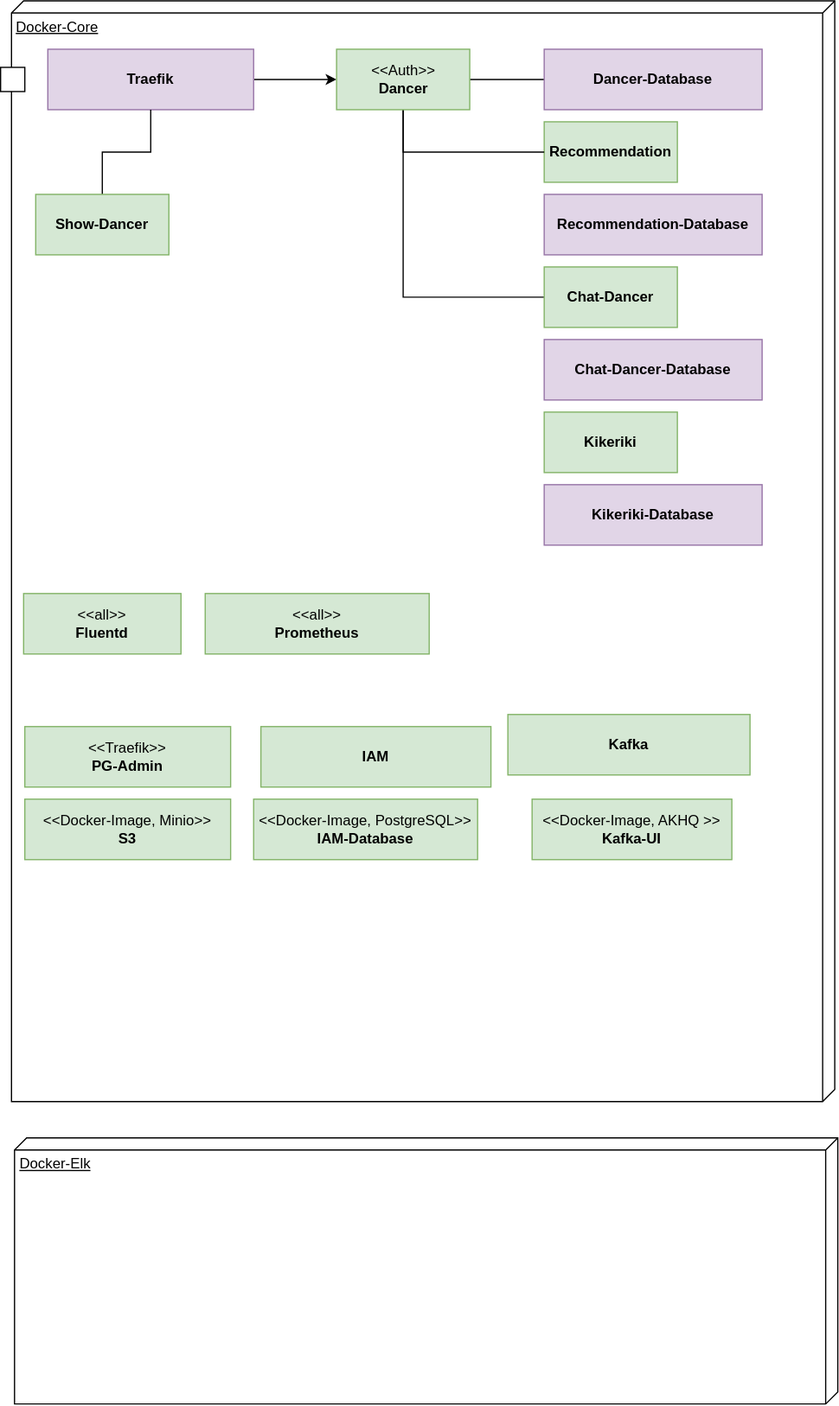
This is src/main/jbake/content/documentation/arc42/images/deployment.drawio.svg from dancier/documentation, a draw.io export, as it was before one commit. Source tidied: cells renumbered, new cells last; positions are measured from the earlier drawing's top-left corner, leaving out a move shared by most shapes.
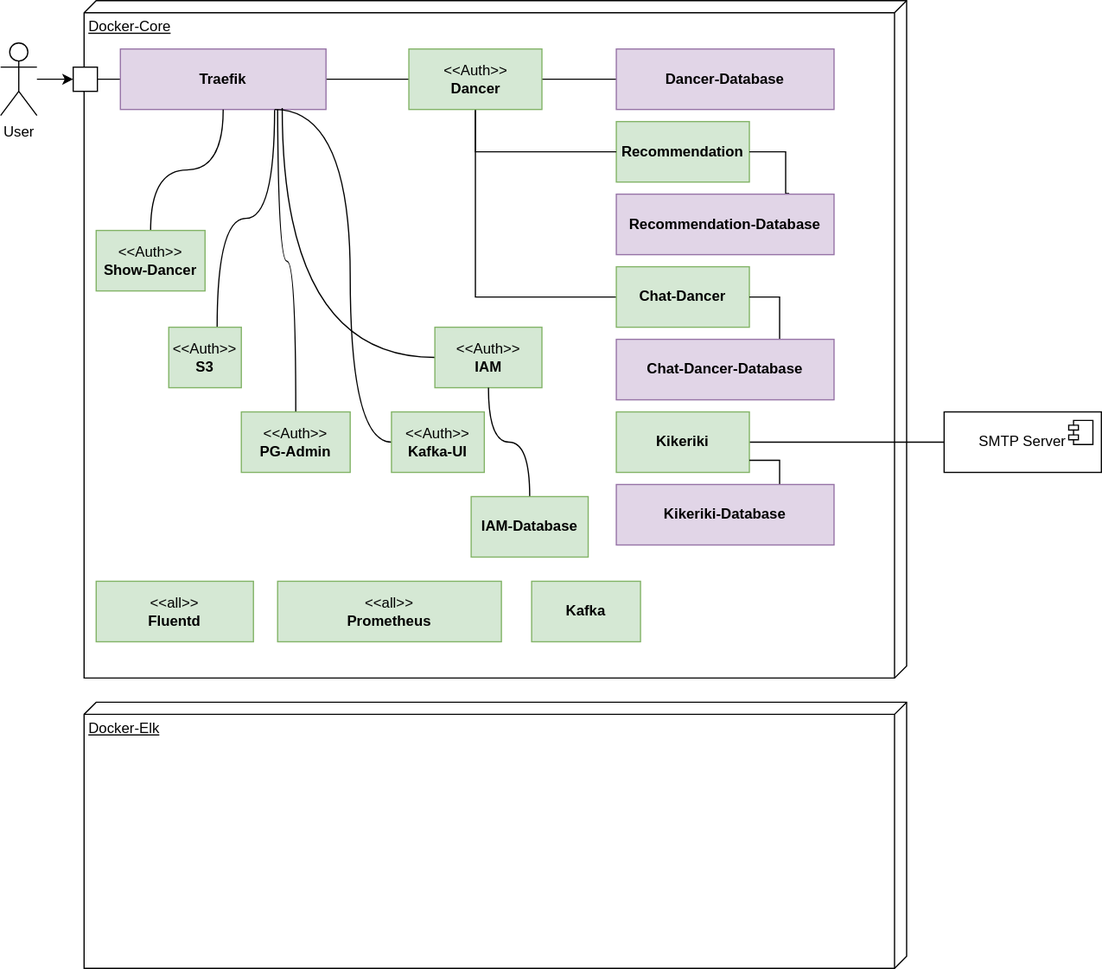
After the change.

Diff of the diagram source:
```diff
@@ -3,44 +3,85 @@
     <mxCell id="0" />
     <mxCell id="1" parent="0" />
     <mxCell id="2" value="Docker-Core" style="verticalAlign=top;align=left;spacingTop=8;spacingLeft=2;spacingRight=12;shape=cube;size=10;direction=south;fontStyle=4;html=1;whiteSpace=wrap;" parent="1" vertex="1">
-      <mxGeometry x="9" width="680" height="910" as="geometry" />
+      <mxGeometry x="9" width="680" height="560" as="geometry" />
     </mxCell>
+    <mxCell id="28" style="edgeStyle=orthogonalEdgeStyle;jettySize=auto;html=1;entryX=0.75;entryY=1;entryDx=0;entryDy=0;curved=1;endArrow=none;endFill=0;" parent="1" edge="1" source="3" target="5">
+      <mxGeometry relative="1" as="geometry">
+        <Array as="points">
+          <mxPoint x="119" y="180" />
+          <mxPoint x="167" y="180" />
+        </Array>
+      </mxGeometry>
+    </mxCell>
-    <mxCell id="3" value="&amp;lt;&amp;lt;Docker-Image, Minio&amp;gt;&amp;gt;&lt;br&gt;&lt;b&gt;S3&lt;/b&gt;" style="html=1;whiteSpace=wrap;fillColor=#d5e8d4;strokeColor=#82b366;" parent="1" vertex="1">
-      <mxGeometry x="20" y="660" width="170" height="50" as="geometry" />
+    <mxCell id="3" value="&amp;lt;&amp;lt;Auth&amp;gt;&amp;gt;&lt;br&gt;&lt;b&gt;S3&lt;/b&gt;" style="html=1;whiteSpace=wrap;fillColor=#d5e8d4;strokeColor=#82b366;" parent="1" vertex="1">
+      <mxGeometry x="79" y="270" width="60" height="50" as="geometry" />
     </mxCell>
-    <mxCell id="4" style="edgeStyle=orthogonalEdgeStyle;rounded=0;jettySize=auto;html=1;entryX=0;entryY=0.5;entryDx=0;entryDy=0;" parent="1" edge="1" source="5" target="20">
+    <mxCell id="4" style="edgeStyle=orthogonalEdgeStyle;rounded=0;jettySize=auto;html=1;entryX=0;entryY=0.5;entryDx=0;entryDy=0;endArrow=none;endFill=0;" parent="1" edge="1" source="5" target="20">
       <mxGeometry relative="1" as="geometry" />
     </mxCell>
+    <mxCell id="29" style="edgeStyle=orthogonalEdgeStyle;rounded=0;jettySize=auto;html=1;entryX=1;entryY=0.5;entryDx=0;entryDy=0;endArrow=none;endFill=0;" parent="1" edge="1" source="5" target="27">
+      <mxGeometry relative="1" as="geometry" />
+    </mxCell>
     <mxCell id="5" value="&lt;b&gt;Traefik&lt;/b&gt;" style="html=1;whiteSpace=wrap;fillColor=#e1d5e7;strokeColor=#9673a6;" parent="1" vertex="1">
       <mxGeometry x="39" y="40" width="170" height="50" as="geometry" />
     </mxCell>
     <mxCell id="6" value="&amp;lt;&amp;lt;all&amp;gt;&amp;gt;&lt;br&gt;&lt;b&gt;Fluentd&lt;/b&gt;" style="html=1;whiteSpace=wrap;fillColor=#d5e8d4;strokeColor=#82b366;" parent="1" vertex="1">
-      <mxGeometry x="19" y="490" width="130" height="50" as="geometry" />
+      <mxGeometry x="19" y="480" width="130" height="50" as="geometry" />
     </mxCell>
     <mxCell id="7" value="&amp;lt;&amp;lt;all&amp;gt;&amp;gt;&lt;br&gt;&lt;b&gt;Prometheus&lt;/b&gt;" style="html=1;whiteSpace=wrap;fillColor=#d5e8d4;strokeColor=#82b366;" parent="1" vertex="1">
-      <mxGeometry x="169" y="490" width="185" height="50" as="geometry" />
+      <mxGeometry x="169" y="480" width="185" height="50" as="geometry" />
     </mxCell>
     <mxCell id="8" value="&lt;b&gt;Recommendation&lt;/b&gt;" style="html=1;whiteSpace=wrap;fillColor=#d5e8d4;strokeColor=#82b366;" parent="1" vertex="1">
       <mxGeometry x="449" y="100" width="110" height="50" as="geometry" />
     </mxCell>
+    <mxCell id="30" style="edgeStyle=orthogonalEdgeStyle;rounded=0;jettySize=auto;html=1;entryX=1;entryY=0.5;entryDx=0;entryDy=0;exitX=0.794;exitY=-0.01;exitDx=0;exitDy=0;exitPerimeter=0;endArrow=none;endFill=0;" parent="1" edge="1" source="9" target="8">
+      <mxGeometry relative="1" as="geometry">
+        <Array as="points">
+          <mxPoint x="589" y="160" />
+          <mxPoint x="589" y="125" />
+        </Array>
+      </mxGeometry>
+    </mxCell>
     <mxCell id="9" value="&lt;b&gt;Recommendation-Database&lt;/b&gt;" style="html=1;whiteSpace=wrap;fillColor=#e1d5e7;strokeColor=#9673a6;" parent="1" vertex="1">
       <mxGeometry x="449" y="160" width="180" height="50" as="geometry" />
     </mxCell>
+    <mxCell id="31" style="edgeStyle=orthogonalEdgeStyle;jettySize=auto;html=1;entryX=0.787;entryY=0.977;entryDx=0;entryDy=0;entryPerimeter=0;curved=1;endArrow=none;endFill=0;" parent="1" edge="1" source="10" target="5">
+      <mxGeometry relative="1" as="geometry" />
+    </mxCell>
-    <mxCell id="10" value="&lt;b&gt;IAM&lt;/b&gt;" style="html=1;whiteSpace=wrap;fillColor=#d5e8d4;strokeColor=#82b366;" parent="1" vertex="1">
-      <mxGeometry x="215" y="600" width="190" height="50" as="geometry" />
+    <mxCell id="10" value="&amp;lt;&amp;lt;Auth&amp;gt;&amp;gt;&lt;br&gt;&lt;b&gt;IAM&lt;/b&gt;" style="html=1;whiteSpace=wrap;fillColor=#d5e8d4;strokeColor=#82b366;" parent="1" vertex="1">
+      <mxGeometry x="299" y="270" width="88.5" height="50" as="geometry" />
     </mxCell>
+    <mxCell id="32" style="edgeStyle=orthogonalEdgeStyle;jettySize=auto;html=1;curved=1;endArrow=none;endFill=0;" parent="1" edge="1" source="11">
+      <mxGeometry relative="1" as="geometry">
+        <mxPoint x="169" y="90" as="targetPoint" />
+      </mxGeometry>
+    </mxCell>
-    <mxCell id="11" value="&amp;lt;&amp;lt;Traefik&amp;gt;&amp;gt;&lt;br&gt;&lt;b&gt;PG-Admin&lt;/b&gt;" style="html=1;whiteSpace=wrap;fillColor=#d5e8d4;strokeColor=#82b366;" parent="1" vertex="1">
-      <mxGeometry x="20" y="600" width="170" height="50" as="geometry" />
+    <mxCell id="11" value="&amp;lt;&amp;lt;Auth&amp;gt;&amp;gt;&lt;br&gt;&lt;b&gt;PG-Admin&lt;/b&gt;" style="html=1;whiteSpace=wrap;fillColor=#d5e8d4;strokeColor=#82b366;" parent="1" vertex="1">
+      <mxGeometry x="139" y="340" width="90" height="50" as="geometry" />
     </mxCell>
     <mxCell id="12" value="&lt;b&gt;Kafka&lt;/b&gt;" style="html=1;whiteSpace=wrap;fillColor=#d5e8d4;strokeColor=#82b366;" parent="1" vertex="1">
-      <mxGeometry x="419" y="590" width="200" height="50" as="geometry" />
+      <mxGeometry x="379" y="480" width="90" height="50" as="geometry" />
     </mxCell>
+    <mxCell id="33" style="edgeStyle=orthogonalEdgeStyle;jettySize=auto;html=1;entryX=0.75;entryY=1;entryDx=0;entryDy=0;curved=1;endArrow=none;endFill=0;" parent="1" edge="1" source="13" target="5">
+      <mxGeometry relative="1" as="geometry">
+        <Array as="points">
+          <mxPoint x="229" y="365" />
+          <mxPoint x="229" y="90" />
+        </Array>
+      </mxGeometry>
+    </mxCell>
-    <mxCell id="13" value="&amp;lt;&amp;lt;Docker-Image, AKHQ &amp;gt;&amp;gt;&lt;br&gt;&lt;b&gt;Kafka-UI&lt;/b&gt;" style="html=1;whiteSpace=wrap;fillColor=#d5e8d4;strokeColor=#82b366;" parent="1" vertex="1">
-      <mxGeometry x="439" y="660" width="165" height="50" as="geometry" />
+    <mxCell id="13" value="&amp;lt;&amp;lt;Auth&amp;gt;&amp;gt;&lt;br&gt;&lt;b&gt;Kafka-UI&lt;/b&gt;" style="html=1;whiteSpace=wrap;fillColor=#d5e8d4;strokeColor=#82b366;" parent="1" vertex="1">
+      <mxGeometry x="263.1" y="340" width="76.8" height="50" as="geometry" />
     </mxCell>
+    <mxCell id="34" style="edgeStyle=orthogonalEdgeStyle;jettySize=auto;html=1;endArrow=none;endFill=0;curved=1;" parent="1" edge="1" source="14" target="10">
+      <mxGeometry relative="1" as="geometry" />
+    </mxCell>
-    <mxCell id="14" value="&amp;lt;&amp;lt;Docker-Image, PostgreSQL&amp;gt;&amp;gt;&lt;br&gt;&lt;b&gt;IAM-Database&lt;/b&gt;" style="html=1;whiteSpace=wrap;fillColor=#d5e8d4;strokeColor=#82b366;" parent="1" vertex="1">
-      <mxGeometry x="209" y="660" width="185" height="50" as="geometry" />
+    <mxCell id="14" value="&lt;b&gt;IAM-Database&lt;/b&gt;" style="html=1;whiteSpace=wrap;fillColor=#d5e8d4;strokeColor=#82b366;" parent="1" vertex="1">
+      <mxGeometry x="329" y="410" width="96.8" height="50" as="geometry" />
     </mxCell>
+    <mxCell id="35" style="edgeStyle=orthogonalEdgeStyle;rounded=0;jettySize=auto;html=1;endArrow=none;endFill=0;entryX=0;entryY=0.5;entryDx=0;entryDy=0;" parent="1" edge="1" source="15" target="40">
+      <mxGeometry relative="1" as="geometry" />
+    </mxCell>
     <mxCell id="15" value="&lt;b&gt;Kikeriki&lt;/b&gt;" style="html=1;whiteSpace=wrap;fillColor=#d5e8d4;strokeColor=#82b366;" parent="1" vertex="1">
       <mxGeometry x="449" y="340" width="110" height="50" as="geometry" />
     </mxCell>
@@ -63,26 +104,52 @@
     <mxCell id="20" value="&amp;lt;&amp;lt;Auth&amp;gt;&amp;gt;&lt;br&gt;&lt;b&gt;Dancer&lt;/b&gt;" style="html=1;whiteSpace=wrap;fillColor=#d5e8d4;strokeColor=#82b366;" parent="1" vertex="1">
       <mxGeometry x="277.5" y="40" width="110" height="50" as="geometry" />
     </mxCell>
-    <mxCell id="21" style="edgeStyle=orthogonalEdgeStyle;rounded=0;jettySize=auto;html=1;endArrow=none;endFill=0;" parent="1" edge="1" source="22" target="5">
+    <mxCell id="21" style="edgeStyle=orthogonalEdgeStyle;jettySize=auto;html=1;endArrow=none;endFill=0;curved=1;" parent="1" edge="1" source="22" target="5">
       <mxGeometry relative="1" as="geometry" />
     </mxCell>
-    <mxCell id="22" value="&lt;b&gt;Show-Dancer&lt;/b&gt;" style="html=1;whiteSpace=wrap;fillColor=#d5e8d4;strokeColor=#82b366;" parent="1" vertex="1">
-      <mxGeometry x="29" y="160" width="110" height="50" as="geometry" />
+    <mxCell id="22" value="&amp;lt;&amp;lt;Auth&amp;gt;&amp;gt;&lt;br&gt;&lt;b&gt;Show-Dancer&lt;/b&gt;" style="html=1;whiteSpace=wrap;fillColor=#d5e8d4;strokeColor=#82b366;" parent="1" vertex="1">
+      <mxGeometry x="19" y="190" width="90" height="50" as="geometry" />
     </mxCell>
     <mxCell id="23" value="&lt;b&gt;Dancer-Database&lt;/b&gt;" style="html=1;whiteSpace=wrap;fillColor=#e1d5e7;strokeColor=#9673a6;" parent="1" vertex="1">
       <mxGeometry x="449" y="40" width="180" height="50" as="geometry" />
     </mxCell>
+    <mxCell id="36" style="edgeStyle=orthogonalEdgeStyle;rounded=0;jettySize=auto;html=1;exitX=0.75;exitY=0;exitDx=0;exitDy=0;endArrow=none;endFill=0;" parent="1" edge="1" source="24">
+      <mxGeometry relative="1" as="geometry">
+        <mxPoint x="559" y="380" as="targetPoint" />
+        <Array as="points">
+          <mxPoint x="584" y="380" />
+          <mxPoint x="560" y="380" />
+        </Array>
+      </mxGeometry>
+    </mxCell>
     <mxCell id="24" value="&lt;b&gt;Kikeriki-Database&lt;/b&gt;" style="html=1;whiteSpace=wrap;fillColor=#e1d5e7;strokeColor=#9673a6;" parent="1" vertex="1">
       <mxGeometry x="449" y="400" width="180" height="50" as="geometry" />
     </mxCell>
+    <mxCell id="37" style="edgeStyle=orthogonalEdgeStyle;rounded=0;jettySize=auto;html=1;entryX=1;entryY=0.5;entryDx=0;entryDy=0;exitX=0.75;exitY=0;exitDx=0;exitDy=0;endArrow=none;endFill=0;" parent="1" edge="1" source="25" target="17">
+      <mxGeometry relative="1" as="geometry" />
+    </mxCell>
     <mxCell id="25" value="&lt;b&gt;Chat-Dancer-Database&lt;/b&gt;" style="html=1;whiteSpace=wrap;fillColor=#e1d5e7;strokeColor=#9673a6;" parent="1" vertex="1">
       <mxGeometry x="449" y="280" width="180" height="50" as="geometry" />
     </mxCell>
     <mxCell id="26" value="Docker-Elk" style="verticalAlign=top;align=left;spacingTop=8;spacingLeft=2;spacingRight=12;shape=cube;size=10;direction=south;fontStyle=4;html=1;whiteSpace=wrap;" parent="1" vertex="1">
-      <mxGeometry x="11.5" y="940" width="680" height="220" as="geometry" />
+      <mxGeometry x="9" y="580" width="680" height="220" as="geometry" />
     </mxCell>
     <mxCell id="27" style="rounded=0;whiteSpace=wrap;html=1;" parent="1" vertex="1">
       <mxGeometry y="55" width="20" height="20" as="geometry" />
     </mxCell>
+    <mxCell id="38" style="edgeStyle=orthogonalEdgeStyle;rounded=0;jettySize=auto;html=1;" parent="1" edge="1" source="39" target="27">
+      <mxGeometry relative="1" as="geometry" />
+    </mxCell>
+    <mxCell id="39" value="User" style="shape=umlActor;verticalLabelPosition=bottom;verticalAlign=top;html=1;outlineConnect=0;" parent="1" vertex="1">
+      <mxGeometry x="-60" y="35" width="30" height="60" as="geometry" />
+    </mxCell>
+    <mxCell id="40" value="SMTP Server" style="html=1;whiteSpace=wrap;" parent="1" vertex="1">
+      <mxGeometry x="720" y="340" width="130" height="50" as="geometry" />
+    </mxCell>
+    <mxCell id="41" style="shape=module;jettyWidth=8;jettyHeight=4;" parent="40" vertex="1">
+      <mxGeometry x="1" width="20" height="20" relative="1" as="geometry">
+        <mxPoint x="-27" y="7" as="offset" />
+      </mxGeometry>
+    </mxCell>
   </root>
 </mxGraphModel>
```
